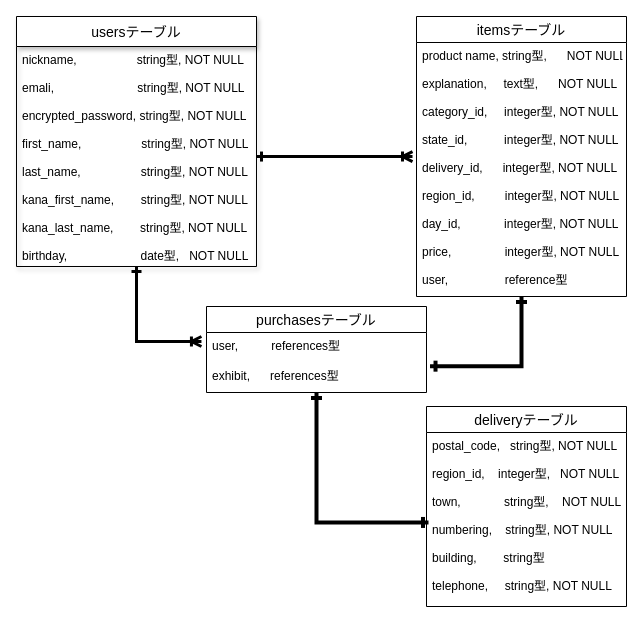
gurani115/furima-33418 keeps this draw.io diagram as furima.dio. Above is the earlier version. Source tidied: cells renumbered, new cells numbered last; positions are measured from the earlier drawing's top-left corner, leaving out a move shared by most shapes. Both pictures are drawn from the tidied source at 100%, with x=0, y=0 at pixel (16, 16).
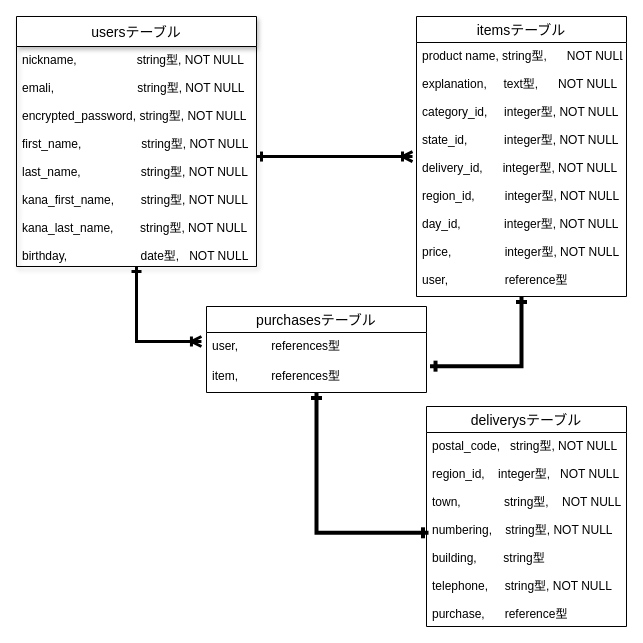
The same diagram, later.

Commit message (it also covers changes not shown here):
データベース設計_修正4

What changed in the source:
```diff
@@
 <mxGraphModel>
   <root>
     <mxCell id="0" />
     <mxCell id="1" parent="0" />
     <mxCell id="2" style="edgeStyle=orthogonalEdgeStyle;rounded=0;jettySize=auto;html=1;entryX=-0.023;entryY=0.3;entryDx=0;entryDy=0;entryPerimeter=0;startArrow=ERone;startFill=0;endArrow=ERoneToMany;endFill=0;strokeWidth=3;" parent="1" edge="1" source="3" target="11">
       <mxGeometry relative="1" as="geometry" />
     </mxCell>
     <mxCell id="3" value="usersテーブル" style="swimlane;fontStyle=0;horizontal=1;startSize=30;align=center;fontSize=14;shadow=1;" parent="1" vertex="1">
       <mxGeometry width="240" height="250" as="geometry" />
     </mxCell>
     <mxCell id="4" value="nickname,                  string型, NOT NULL&#10;&#10;emali,                         string型, NOT NULL&#10;&#10;encrypted_password, string型, NOT NULL &#10;&#10;first_name,                  string型, NOT NULL&#10;&#10;last_name,                  string型, NOT NULL&#10;&#10;kana_first_name,        string型, NOT NULL&#10;&#10;kana_last_name,        string型, NOT NULL&#10;&#10;birthday,                      date型,   NOT NULL" style="text;strokeColor=none;fillColor=none;spacingLeft=4;spacingRight=4;overflow=hidden;points=[[0,0.5],[1,0.5]];portConstraint=eastwest;fontSize=12;align=left;" parent="3" vertex="1">
       <mxGeometry y="30" width="240" height="220" as="geometry" />
     </mxCell>
     <mxCell id="5" style="edgeStyle=orthogonalEdgeStyle;rounded=0;jettySize=auto;html=1;entryX=1.016;entryY=0.122;entryDx=0;entryDy=0;entryPerimeter=0;startArrow=ERone;startFill=0;endArrow=ERone;endFill=0;strokeWidth=4;" parent="1" edge="1" source="6" target="12">
       <mxGeometry relative="1" as="geometry" />
     </mxCell>
     <mxCell id="6" value="itemsテーブル" style="swimlane;fontStyle=0;horizontal=1;startSize=26;align=center;fontSize=14;" parent="1" vertex="1">
       <mxGeometry x="400" width="210" height="280" as="geometry" />
     </mxCell>
     <mxCell id="7" value="product name, string型,      NOT NULL&#10;&#10;explanation,     text型,      NOT NULL&#10;&#10;category_id,     integer型, NOT NULL&#10;&#10;state_id,           integer型, NOT NULL&#10;&#10;delivery_id,      integer型, NOT NULL&#10;&#10;region_id,         integer型, NOT NULL&#10;&#10;day_id,             integer型, NOT NULL&#10;&#10;price,                integer型, NOT NULL&#10;&#10;user,                 reference型&#10;" style="text;strokeColor=none;fillColor=none;spacingLeft=4;spacingRight=4;overflow=hidden;points=[[0,0.5],[1,0.5]];portConstraint=eastwest;fontSize=12;" parent="6" vertex="1">
       <mxGeometry y="26" width="210" height="254" as="geometry" />
     </mxCell>
     <mxCell id="8" style="edgeStyle=orthogonalEdgeStyle;rounded=0;jettySize=auto;html=1;entryX=-0.019;entryY=0.449;entryDx=0;entryDy=0;entryPerimeter=0;startArrow=ERone;startFill=0;endArrow=ERoneToMany;endFill=0;strokeWidth=3;" parent="1" edge="1" source="4" target="7">
       <mxGeometry relative="1" as="geometry" />
     </mxCell>
     <mxCell id="9" style="edgeStyle=orthogonalEdgeStyle;rounded=0;jettySize=auto;html=1;entryX=0.01;entryY=0.517;entryDx=0;entryDy=0;entryPerimeter=0;startArrow=ERone;startFill=0;endArrow=ERone;endFill=0;strokeWidth=4;" parent="1" edge="1" source="10" target="14">
       <mxGeometry relative="1" as="geometry" />
     </mxCell>
     <mxCell id="10" value="purchasesテーブル" style="swimlane;fontStyle=0;horizontal=1;startSize=26;align=center;fontSize=14;" parent="1" vertex="1">
       <mxGeometry x="190" y="290" width="220" height="86" as="geometry" />
     </mxCell>
     <mxCell id="11" value="user,          references型" style="text;strokeColor=none;fillColor=none;spacingLeft=4;spacingRight=4;overflow=hidden;points=[[0,0.5],[1,0.5]];portConstraint=eastwest;fontSize=12;" parent="10" vertex="1">
       <mxGeometry y="26" width="220" height="30" as="geometry" />
     </mxCell>
-    <mxCell id="12" value="exhibit,      references型" style="text;strokeColor=none;fillColor=none;spacingLeft=4;spacingRight=4;overflow=hidden;points=[[0,0.5],[1,0.5]];portConstraint=eastwest;fontSize=12;" parent="10" vertex="1">
+    <mxCell id="12" value="item,          references型" style="text;strokeColor=none;fillColor=none;spacingLeft=4;spacingRight=4;overflow=hidden;points=[[0,0.5],[1,0.5]];portConstraint=eastwest;fontSize=12;" parent="10" vertex="1">
       <mxGeometry y="56" width="220" height="30" as="geometry" />
     </mxCell>
-    <mxCell id="13" value="deliveryテーブル" style="swimlane;fontStyle=0;horizontal=1;startSize=26;align=center;fontSize=14;" parent="1" vertex="1">
-      <mxGeometry x="410" y="390" width="200" height="200" as="geometry" />
+    <mxCell id="13" value="deliverysテーブル" style="swimlane;fontStyle=0;horizontal=1;startSize=26;align=center;fontSize=14;" parent="1" vertex="1">
+      <mxGeometry x="410" y="390" width="200" height="220" as="geometry" />
     </mxCell>
-    <mxCell id="14" value="postal_code,   string型, NOT NULL&#10;&#10;region_id,    integer型,   NOT NULL&#10;&#10;town,             string型,    NOT NULL&#10;&#10;numbering,    string型, NOT NULL&#10;&#10;building,        string型&#10;&#10;telephone,     string型, NOT NULL" style="text;strokeColor=none;fillColor=none;spacingLeft=4;spacingRight=4;overflow=hidden;points=[[0,0.5],[1,0.5]];portConstraint=eastwest;fontSize=12;" parent="13" vertex="1">
-      <mxGeometry y="26" width="200" height="174" as="geometry" />
+    <mxCell id="14" value="postal_code,   string型, NOT NULL&#10;&#10;region_id,    integer型,   NOT NULL&#10;&#10;town,             string型,    NOT NULL&#10;&#10;numbering,    string型, NOT NULL&#10;&#10;building,        string型&#10;&#10;telephone,     string型, NOT NULL&#10;&#10;purchase,      reference型" style="text;strokeColor=none;fillColor=none;spacingLeft=4;spacingRight=4;overflow=hidden;points=[[0,0.5],[1,0.5]];portConstraint=eastwest;fontSize=12;" parent="13" vertex="1">
+      <mxGeometry y="26" width="200" height="194" as="geometry" />
     </mxCell>
   </root>
 </mxGraphModel>
```
